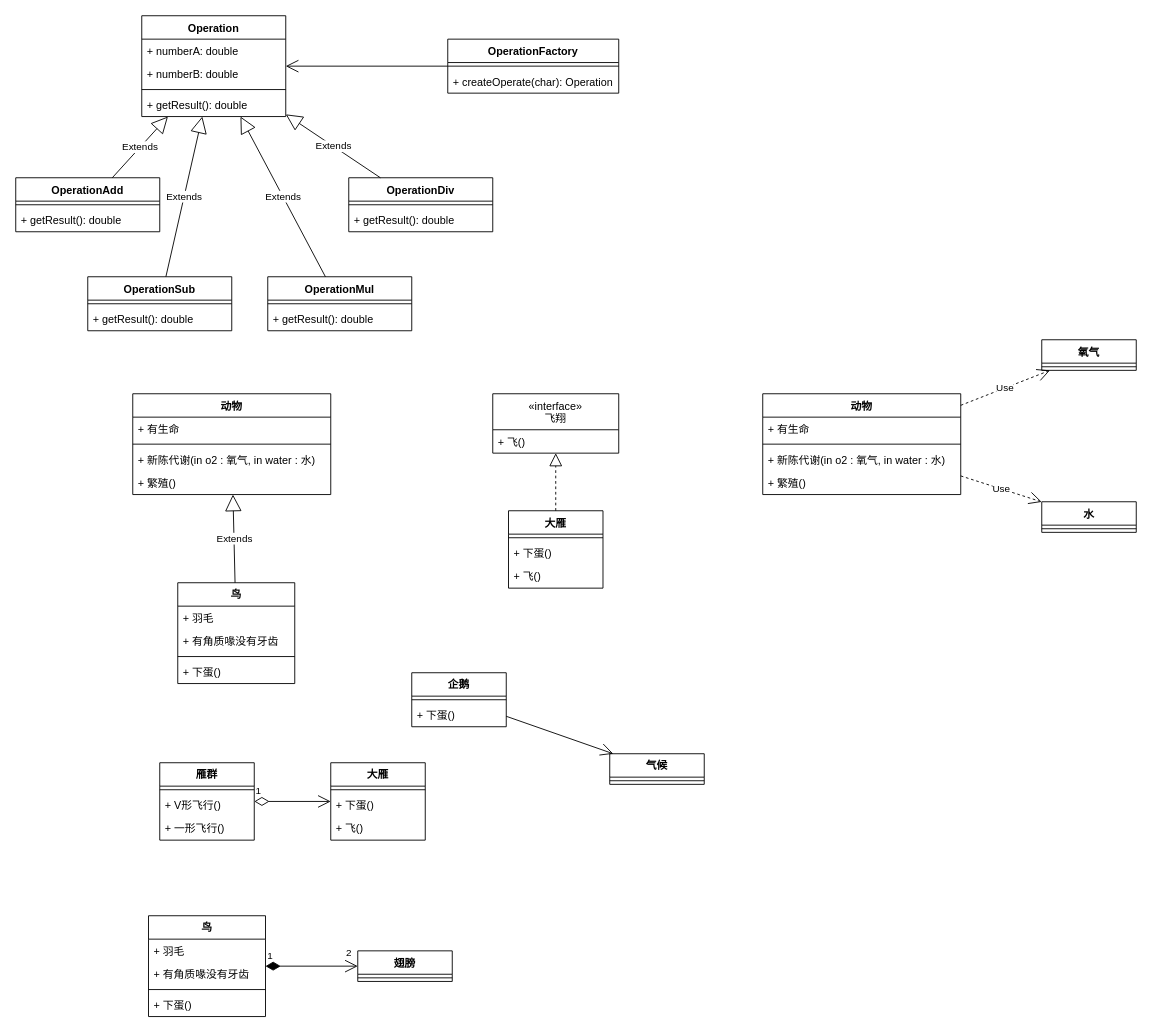
Earlier version of the draw.io diagram page "简单工厂" (1 of 9) of 设计模式.drawio (studeyang/drawio-workspace). Source tidied: cells renumbered, new cells numbered last; positions are measured from the earlier drawing's top-left corner, leaving out a move shared by most shapes. Both pictures are drawn from the tidied source at 90%, with x=0, y=0 at pixel (15, 15).
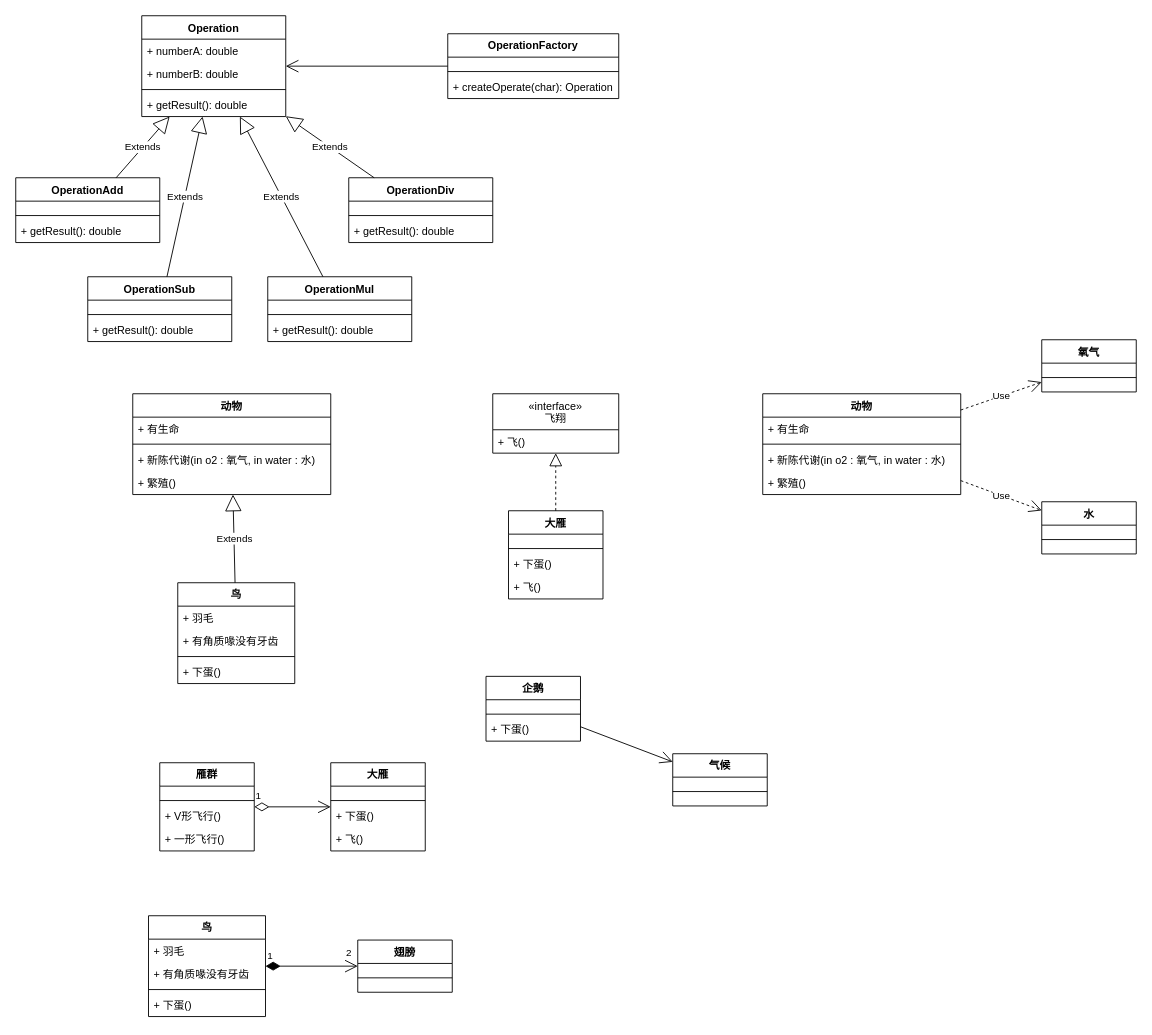
After the change.

Change to the diagram source:
```diff
@@
     <mxCell id="7" value="OperationAdd" style="swimlane;fontStyle=1;align=center;verticalAlign=top;horizontal=1;startSize=26;rounded=0;" parent="1" vertex="1">
-      <mxGeometry y="180" width="160" height="60" as="geometry" />
+      <mxGeometry y="180" width="160" height="72" as="geometry" />
     </mxCell>
+    <mxCell id="80" value=" " style="text;strokeColor=none;fillColor=none;align=left;verticalAlign=top;spacingLeft=4;spacingRight=4;overflow=hidden;rounded=0;" parent="7" vertex="1">
+      <mxGeometry y="26" width="160" height="12" as="geometry" />
+    </mxCell>
     <mxCell id="8" style="line;strokeWidth=1;fillColor=none;align=left;verticalAlign=middle;spacingTop=-1;spacingLeft=3;spacingRight=3;labelPosition=right;strokeColor=inherit;rounded=0;" parent="7" vertex="1">
-      <mxGeometry y="26" width="160" height="8" as="geometry" />
+      <mxGeometry y="38" width="160" height="8" as="geometry" />
     </mxCell>
     <mxCell id="9" value="+ getResult(): double" style="text;strokeColor=none;fillColor=none;align=left;verticalAlign=top;spacingLeft=4;spacingRight=4;overflow=hidden;rounded=0;" parent="7" vertex="1">
-      <mxGeometry y="34" width="160" height="26" as="geometry" />
+      <mxGeometry y="46" width="160" height="26" as="geometry" />
     </mxCell>
     <mxCell id="10" value="OperationSub" style="swimlane;fontStyle=1;align=center;verticalAlign=top;horizontal=1;startSize=26;rounded=0;" parent="1" vertex="1">
-      <mxGeometry x="80" y="290" width="160" height="60" as="geometry" />
+      <mxGeometry x="80" y="290" width="160" height="72" as="geometry" />
     </mxCell>
+    <mxCell id="81" value=" " style="text;strokeColor=none;fillColor=none;align=left;verticalAlign=top;spacingLeft=4;spacingRight=4;overflow=hidden;rounded=0;" parent="10" vertex="1">
+      <mxGeometry y="26" width="160" height="12" as="geometry" />
+    </mxCell>
     <mxCell id="11" style="line;strokeWidth=1;fillColor=none;align=left;verticalAlign=middle;spacingTop=-1;spacingLeft=3;spacingRight=3;labelPosition=right;strokeColor=inherit;rounded=0;" parent="10" vertex="1">
-      <mxGeometry y="26" width="160" height="8" as="geometry" />
+      <mxGeometry y="38" width="160" height="8" as="geometry" />
     </mxCell>
     <mxCell id="12" value="+ getResult(): double" style="text;strokeColor=none;fillColor=none;align=left;verticalAlign=top;spacingLeft=4;spacingRight=4;overflow=hidden;rounded=0;" parent="10" vertex="1">
-      <mxGeometry y="34" width="160" height="26" as="geometry" />
+      <mxGeometry y="46" width="160" height="26" as="geometry" />
     </mxCell>
     <mxCell id="13" value="OperationMul" style="swimlane;fontStyle=1;align=center;verticalAlign=top;horizontal=1;startSize=26;rounded=0;" parent="1" vertex="1">
-      <mxGeometry x="280" y="290" width="160" height="60" as="geometry" />
+      <mxGeometry x="280" y="290" width="160" height="72" as="geometry" />
     </mxCell>
+    <mxCell id="82" value=" " style="text;strokeColor=none;fillColor=none;align=left;verticalAlign=top;spacingLeft=4;spacingRight=4;overflow=hidden;rounded=0;" parent="13" vertex="1">
+      <mxGeometry y="26" width="160" height="12" as="geometry" />
+    </mxCell>
     <mxCell id="14" style="line;strokeWidth=1;fillColor=none;align=left;verticalAlign=middle;spacingTop=-1;spacingLeft=3;spacingRight=3;labelPosition=right;strokeColor=inherit;rounded=0;" parent="13" vertex="1">
-      <mxGeometry y="26" width="160" height="8" as="geometry" />
+      <mxGeometry y="38" width="160" height="8" as="geometry" />
     </mxCell>
     <mxCell id="15" value="+ getResult(): double" style="text;strokeColor=none;fillColor=none;align=left;verticalAlign=top;spacingLeft=4;spacingRight=4;overflow=hidden;rounded=0;" parent="13" vertex="1">
-      <mxGeometry y="34" width="160" height="26" as="geometry" />
+      <mxGeometry y="46" width="160" height="26" as="geometry" />
     </mxCell>
     <mxCell id="16" value="OperationDiv" style="swimlane;fontStyle=1;align=center;verticalAlign=top;horizontal=1;startSize=26;rounded=0;" parent="1" vertex="1">
-      <mxGeometry x="370" y="180" width="160" height="60" as="geometry" />
+      <mxGeometry x="370" y="180" width="160" height="72" as="geometry" />
     </mxCell>
+    <mxCell id="83" value=" " style="text;strokeColor=none;fillColor=none;align=left;verticalAlign=top;spacingLeft=4;spacingRight=4;overflow=hidden;rounded=0;" parent="16" vertex="1">
+      <mxGeometry y="26" width="160" height="12" as="geometry" />
+    </mxCell>
     <mxCell id="17" style="line;strokeWidth=1;fillColor=none;align=left;verticalAlign=middle;spacingTop=-1;spacingLeft=3;spacingRight=3;labelPosition=right;strokeColor=inherit;rounded=0;" parent="16" vertex="1">
-      <mxGeometry y="26" width="160" height="8" as="geometry" />
+      <mxGeometry y="38" width="160" height="8" as="geometry" />
     </mxCell>
     <mxCell id="18" value="+ getResult(): double" style="text;strokeColor=none;fillColor=none;align=left;verticalAlign=top;spacingLeft=4;spacingRight=4;overflow=hidden;rounded=0;" parent="16" vertex="1">
-      <mxGeometry y="34" width="160" height="26" as="geometry" />
+      <mxGeometry y="46" width="160" height="26" as="geometry" />
     </mxCell>
@@
     <mxCell id="23" value="OperationFactory" style="swimlane;fontStyle=1;align=center;verticalAlign=top;horizontal=1;startSize=26;rounded=0;" parent="1" vertex="1">
-      <mxGeometry x="480" y="26" width="190" height="60" as="geometry" />
+      <mxGeometry x="480" y="20" width="190" height="72" as="geometry" />
     </mxCell>
+    <mxCell id="84" value=" " style="text;strokeColor=none;fillColor=none;align=left;verticalAlign=top;spacingLeft=4;spacingRight=4;overflow=hidden;rounded=0;" parent="23" vertex="1">
+      <mxGeometry y="26" width="190" height="12" as="geometry" />
+    </mxCell>
     <mxCell id="24" style="line;strokeWidth=1;fillColor=none;align=left;verticalAlign=middle;spacingTop=-1;spacingLeft=3;spacingRight=3;labelPosition=right;strokeColor=inherit;rounded=0;" parent="23" vertex="1">
-      <mxGeometry y="26" width="190" height="8" as="geometry" />
+      <mxGeometry y="38" width="190" height="8" as="geometry" />
     </mxCell>
     <mxCell id="25" value="+ createOperate(char): Operation" style="text;strokeColor=none;fillColor=none;align=left;verticalAlign=top;spacingLeft=4;spacingRight=4;overflow=hidden;rounded=0;" parent="23" vertex="1">
-      <mxGeometry y="34" width="190" height="26" as="geometry" />
+      <mxGeometry y="46" width="190" height="26" as="geometry" />
     </mxCell>
@@
     <mxCell id="40" value="大雁" style="swimlane;fontStyle=1;align=center;verticalAlign=top;horizontal=1;startSize=26;rounded=0;" parent="1" vertex="1">
-      <mxGeometry x="547.5" y="550" width="105" height="86" as="geometry" />
+      <mxGeometry x="547.5" y="550" width="105" height="98" as="geometry" />
     </mxCell>
+    <mxCell id="85" value=" " style="text;strokeColor=none;fillColor=none;align=left;verticalAlign=top;spacingLeft=4;spacingRight=4;overflow=hidden;rounded=0;" parent="40" vertex="1">
+      <mxGeometry y="26" width="105" height="12" as="geometry" />
+    </mxCell>
     <mxCell id="41" style="line;strokeWidth=1;fillColor=none;align=left;verticalAlign=middle;spacingTop=-1;spacingLeft=3;spacingRight=3;labelPosition=right;strokeColor=inherit;rounded=0;" parent="40" vertex="1">
-      <mxGeometry y="26" width="105" height="8" as="geometry" />
+      <mxGeometry y="38" width="105" height="8" as="geometry" />
     </mxCell>
     <mxCell id="42" value="+ 下蛋()" style="text;strokeColor=none;fillColor=none;align=left;verticalAlign=top;spacingLeft=4;spacingRight=4;overflow=hidden;rounded=0;" parent="40" vertex="1">
-      <mxGeometry y="34" width="105" height="26" as="geometry" />
+      <mxGeometry y="46" width="105" height="26" as="geometry" />
     </mxCell>
     <mxCell id="43" value="+ 飞()" style="text;strokeColor=none;fillColor=none;align=left;verticalAlign=top;spacingLeft=4;spacingRight=4;overflow=hidden;rounded=0;" parent="40" vertex="1">
-      <mxGeometry y="60" width="105" height="26" as="geometry" />
+      <mxGeometry y="72" width="105" height="26" as="geometry" />
     </mxCell>
@@
     <mxCell id="45" value="企鹅" style="swimlane;fontStyle=1;align=center;verticalAlign=top;horizontal=1;startSize=26;rounded=0;" parent="1" vertex="1">
-      <mxGeometry x="440" y="730" width="105" height="60" as="geometry" />
+      <mxGeometry x="522.5" y="734" width="105" height="72" as="geometry" />
     </mxCell>
+    <mxCell id="86" value=" " style="text;strokeColor=none;fillColor=none;align=left;verticalAlign=top;spacingLeft=4;spacingRight=4;overflow=hidden;rounded=0;" parent="45" vertex="1">
+      <mxGeometry y="26" width="105" height="12" as="geometry" />
+    </mxCell>
     <mxCell id="46" style="line;strokeWidth=1;fillColor=none;align=left;verticalAlign=middle;spacingTop=-1;spacingLeft=3;spacingRight=3;labelPosition=right;strokeColor=inherit;rounded=0;" parent="45" vertex="1">
-      <mxGeometry y="26" width="105" height="8" as="geometry" />
+      <mxGeometry y="38" width="105" height="8" as="geometry" />
     </mxCell>
     <mxCell id="47" value="+ 下蛋()" style="text;strokeColor=none;fillColor=none;align=left;verticalAlign=top;spacingLeft=4;spacingRight=4;overflow=hidden;rounded=0;" parent="45" vertex="1">
-      <mxGeometry y="34" width="105" height="26" as="geometry" />
+      <mxGeometry y="46" width="105" height="26" as="geometry" />
     </mxCell>
     <mxCell id="48" value="气候" style="swimlane;fontStyle=1;align=center;verticalAlign=top;horizontal=1;startSize=26;rounded=0;" parent="1" vertex="1">
-      <mxGeometry x="660" y="820" width="105" height="34" as="geometry" />
+      <mxGeometry x="730" y="820" width="105" height="58" as="geometry" />
     </mxCell>
+    <mxCell id="87" value=" " style="text;strokeColor=none;fillColor=none;align=left;verticalAlign=top;spacingLeft=4;spacingRight=4;overflow=hidden;rounded=0;" parent="48" vertex="1">
+      <mxGeometry y="26" width="105" height="12" as="geometry" />
+    </mxCell>
     <mxCell id="49" style="line;strokeWidth=1;fillColor=none;align=left;verticalAlign=middle;spacingTop=-1;spacingLeft=3;spacingRight=3;labelPosition=right;strokeColor=inherit;rounded=0;" parent="48" vertex="1">
-      <mxGeometry y="26" width="105" height="8" as="geometry" />
+      <mxGeometry y="38" width="105" height="8" as="geometry" />
     </mxCell>
+    <mxCell id="88" value=" " style="text;strokeColor=none;fillColor=none;align=left;verticalAlign=top;spacingLeft=4;spacingRight=4;overflow=hidden;rounded=0;" parent="48" vertex="1">
+      <mxGeometry y="46" width="105" height="12" as="geometry" />
+    </mxCell>
@@
     <mxCell id="51" value="大雁" style="swimlane;fontStyle=1;align=center;verticalAlign=top;horizontal=1;startSize=26;rounded=0;" parent="1" vertex="1">
-      <mxGeometry x="350" y="830" width="105" height="86" as="geometry" />
+      <mxGeometry x="350" y="830" width="105" height="98" as="geometry" />
     </mxCell>
+    <mxCell id="89" value=" " style="text;strokeColor=none;fillColor=none;align=left;verticalAlign=top;spacingLeft=4;spacingRight=4;overflow=hidden;rounded=0;" parent="51" vertex="1">
+      <mxGeometry y="26" width="105" height="12" as="geometry" />
+    </mxCell>
     <mxCell id="52" style="line;strokeWidth=1;fillColor=none;align=left;verticalAlign=middle;spacingTop=-1;spacingLeft=3;spacingRight=3;labelPosition=right;strokeColor=inherit;rounded=0;" parent="51" vertex="1">
-      <mxGeometry y="26" width="105" height="8" as="geometry" />
+      <mxGeometry y="38" width="105" height="8" as="geometry" />
     </mxCell>
     <mxCell id="53" value="+ 下蛋()" style="text;strokeColor=none;fillColor=none;align=left;verticalAlign=top;spacingLeft=4;spacingRight=4;overflow=hidden;rounded=0;" parent="51" vertex="1">
-      <mxGeometry y="34" width="105" height="26" as="geometry" />
+      <mxGeometry y="46" width="105" height="26" as="geometry" />
     </mxCell>
     <mxCell id="54" value="+ 飞()" style="text;strokeColor=none;fillColor=none;align=left;verticalAlign=top;spacingLeft=4;spacingRight=4;overflow=hidden;rounded=0;" parent="51" vertex="1">
-      <mxGeometry y="60" width="105" height="26" as="geometry" />
+      <mxGeometry y="72" width="105" height="26" as="geometry" />
     </mxCell>
     <mxCell id="55" value="雁群" style="swimlane;fontStyle=1;align=center;verticalAlign=top;horizontal=1;startSize=26;rounded=0;" parent="1" vertex="1">
-      <mxGeometry x="160" y="830" width="105" height="86" as="geometry" />
+      <mxGeometry x="160" y="830" width="105" height="98" as="geometry" />
     </mxCell>
+    <mxCell id="90" value=" " style="text;strokeColor=none;fillColor=none;align=left;verticalAlign=top;spacingLeft=4;spacingRight=4;overflow=hidden;rounded=0;" parent="55" vertex="1">
+      <mxGeometry y="26" width="105" height="12" as="geometry" />
+    </mxCell>
     <mxCell id="56" style="line;strokeWidth=1;fillColor=none;align=left;verticalAlign=middle;spacingTop=-1;spacingLeft=3;spacingRight=3;labelPosition=right;strokeColor=inherit;rounded=0;" parent="55" vertex="1">
-      <mxGeometry y="26" width="105" height="8" as="geometry" />
+      <mxGeometry y="38" width="105" height="8" as="geometry" />
     </mxCell>
     <mxCell id="57" value="+ V形飞行()" style="text;strokeColor=none;fillColor=none;align=left;verticalAlign=top;spacingLeft=4;spacingRight=4;overflow=hidden;rounded=0;" parent="55" vertex="1">
-      <mxGeometry y="34" width="105" height="26" as="geometry" />
+      <mxGeometry y="46" width="105" height="26" as="geometry" />
     </mxCell>
     <mxCell id="58" value="+ 一形飞行()" style="text;strokeColor=none;fillColor=none;align=left;verticalAlign=top;spacingLeft=4;spacingRight=4;overflow=hidden;rounded=0;" parent="55" vertex="1">
-      <mxGeometry y="60" width="105" height="26" as="geometry" />
+      <mxGeometry y="72" width="105" height="26" as="geometry" />
     </mxCell>
@@
     <mxCell id="65" value="翅膀" style="swimlane;fontStyle=1;align=center;verticalAlign=top;horizontal=1;startSize=26;rounded=0;" parent="1" vertex="1">
-      <mxGeometry x="380" y="1039" width="105" height="34" as="geometry" />
+      <mxGeometry x="380" y="1027" width="105" height="58" as="geometry" />
     </mxCell>
+    <mxCell id="91" value=" " style="text;strokeColor=none;fillColor=none;align=left;verticalAlign=top;spacingLeft=4;spacingRight=4;overflow=hidden;rounded=0;" parent="65" vertex="1">
+      <mxGeometry y="26" width="105" height="12" as="geometry" />
+    </mxCell>
     <mxCell id="66" style="line;strokeWidth=1;fillColor=none;align=left;verticalAlign=middle;spacingTop=-1;spacingLeft=3;spacingRight=3;labelPosition=right;strokeColor=inherit;rounded=0;" parent="65" vertex="1">
-      <mxGeometry y="26" width="105" height="8" as="geometry" />
+      <mxGeometry y="38" width="105" height="8" as="geometry" />
     </mxCell>
+    <mxCell id="92" value=" " style="text;strokeColor=none;fillColor=none;align=left;verticalAlign=top;spacingLeft=4;spacingRight=4;overflow=hidden;rounded=0;" parent="65" vertex="1">
+      <mxGeometry y="46" width="105" height="12" as="geometry" />
+    </mxCell>
@@
     <mxCell id="74" value="氧气" style="swimlane;fontStyle=1;align=center;verticalAlign=top;horizontal=1;startSize=26;rounded=0;" parent="1" vertex="1">
-      <mxGeometry x="1140" y="360" width="105" height="34" as="geometry" />
+      <mxGeometry x="1140" y="360" width="105" height="58" as="geometry" />
     </mxCell>
+    <mxCell id="93" value=" " style="text;strokeColor=none;fillColor=none;align=left;verticalAlign=top;spacingLeft=4;spacingRight=4;overflow=hidden;rounded=0;" parent="74" vertex="1">
+      <mxGeometry y="26" width="105" height="12" as="geometry" />
+    </mxCell>
     <mxCell id="75" style="line;strokeWidth=1;fillColor=none;align=left;verticalAlign=middle;spacingTop=-1;spacingLeft=3;spacingRight=3;labelPosition=right;strokeColor=inherit;rounded=0;" parent="74" vertex="1">
-      <mxGeometry y="26" width="105" height="8" as="geometry" />
+      <mxGeometry y="38" width="105" height="8" as="geometry" />
     </mxCell>
+    <mxCell id="94" value=" " style="text;strokeColor=none;fillColor=none;align=left;verticalAlign=top;spacingLeft=4;spacingRight=4;overflow=hidden;rounded=0;" parent="74" vertex="1">
+      <mxGeometry y="46" width="105" height="12" as="geometry" />
+    </mxCell>
     <mxCell id="76" value="水" style="swimlane;fontStyle=1;align=center;verticalAlign=top;horizontal=1;startSize=26;rounded=0;" parent="1" vertex="1">
-      <mxGeometry x="1140" y="540" width="105" height="34" as="geometry" />
+      <mxGeometry x="1140" y="540" width="105" height="58" as="geometry" />
     </mxCell>
+    <mxCell id="95" value=" " style="text;strokeColor=none;fillColor=none;align=left;verticalAlign=top;spacingLeft=4;spacingRight=4;overflow=hidden;rounded=0;" parent="76" vertex="1">
+      <mxGeometry y="26" width="105" height="12" as="geometry" />
+    </mxCell>
     <mxCell id="77" style="line;strokeWidth=1;fillColor=none;align=left;verticalAlign=middle;spacingTop=-1;spacingLeft=3;spacingRight=3;labelPosition=right;strokeColor=inherit;rounded=0;" parent="76" vertex="1">
-      <mxGeometry y="26" width="105" height="8" as="geometry" />
+      <mxGeometry y="38" width="105" height="8" as="geometry" />
     </mxCell>
+    <mxCell id="96" value=" " style="text;strokeColor=none;fillColor=none;align=left;verticalAlign=top;spacingLeft=4;spacingRight=4;overflow=hidden;rounded=0;" parent="76" vertex="1">
+      <mxGeometry y="46" width="105" height="12" as="geometry" />
+    </mxCell>
```
